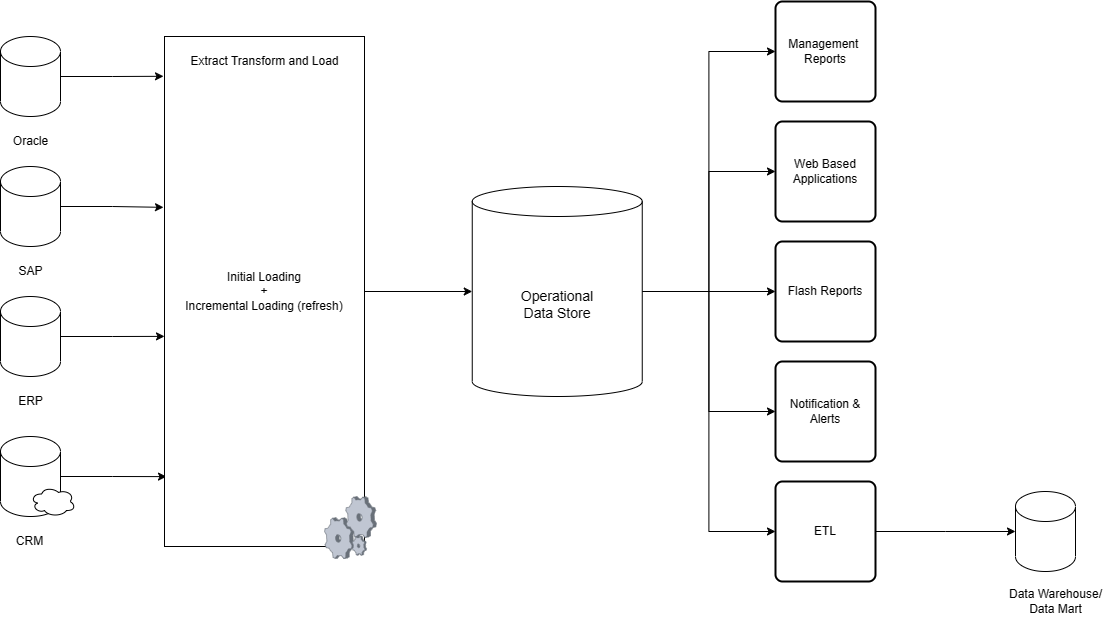
Before: assets/images/ods.png, a diagram exported from draw.io (Madhavrao/madhavrao.github.io). Source tidied: cells renumbered, new cells last; positions are measured from the earlier drawing's top-left corner, leaving out a move shared by most shapes. Source of this version:
```xml
<mxGraphModel>
  <root>
    <mxCell id="0" style="html=1;" />
    <mxCell id="1" style="html=1;" parent="0" />
    <mxCell id="2" style="edgeStyle=orthogonalEdgeStyle;rounded=0;jettySize=auto;html=1;exitX=1;exitY=0.5;exitDx=0;exitDy=0;exitPerimeter=0;entryX=-0.005;entryY=0.078;entryDx=0;entryDy=0;entryPerimeter=0;" parent="1" edge="1" source="3" target="16">
      <mxGeometry relative="1" as="geometry" />
    </mxCell>
    <mxCell id="3" style="shape=cylinder3;whiteSpace=wrap;html=1;boundedLbl=1;backgroundOutline=1;size=15;" parent="1" vertex="1">
      <mxGeometry y="35" width="60" height="80" as="geometry" />
    </mxCell>
    <mxCell id="4" value="Oracle" style="text;html=1;align=center;verticalAlign=middle;strokeColor=none;fillColor=none;" parent="1" vertex="1">
      <mxGeometry y="125" width="60" height="30" as="geometry" />
    </mxCell>
    <mxCell id="5" style="edgeStyle=orthogonalEdgeStyle;rounded=0;jettySize=auto;html=1;exitX=1;exitY=0.5;exitDx=0;exitDy=0;exitPerimeter=0;entryX=-0.005;entryY=0.335;entryDx=0;entryDy=0;entryPerimeter=0;" parent="1" edge="1" source="6" target="16">
      <mxGeometry relative="1" as="geometry" />
    </mxCell>
    <mxCell id="6" style="shape=cylinder3;whiteSpace=wrap;html=1;boundedLbl=1;backgroundOutline=1;size=15;" parent="1" vertex="1">
      <mxGeometry y="165" width="60" height="80" as="geometry" />
    </mxCell>
    <mxCell id="7" value="SAP" style="text;html=1;align=center;verticalAlign=middle;strokeColor=none;fillColor=none;" parent="1" vertex="1">
      <mxGeometry x="5" y="255" width="50" height="30" as="geometry" />
    </mxCell>
    <mxCell id="8" style="edgeStyle=orthogonalEdgeStyle;rounded=0;jettySize=auto;html=1;exitX=1;exitY=0.5;exitDx=0;exitDy=0;exitPerimeter=0;entryX=0;entryY=0.588;entryDx=0;entryDy=0;entryPerimeter=0;" parent="1" edge="1" source="9" target="16">
      <mxGeometry relative="1" as="geometry" />
    </mxCell>
    <mxCell id="9" style="shape=cylinder3;whiteSpace=wrap;html=1;boundedLbl=1;backgroundOutline=1;size=15;" parent="1" vertex="1">
      <mxGeometry y="295" width="60" height="80" as="geometry" />
    </mxCell>
    <mxCell id="10" value="ERP" style="text;html=1;align=center;verticalAlign=middle;strokeColor=none;fillColor=none;" parent="1" vertex="1">
      <mxGeometry x="5" y="385" width="50" height="30" as="geometry" />
    </mxCell>
    <mxCell id="11" style="edgeStyle=orthogonalEdgeStyle;rounded=0;jettySize=auto;html=1;exitX=1;exitY=0.5;exitDx=0;exitDy=0;exitPerimeter=0;entryX=0.01;entryY=0.863;entryDx=0;entryDy=0;entryPerimeter=0;" parent="1" edge="1" source="12" target="16">
      <mxGeometry relative="1" as="geometry" />
    </mxCell>
    <mxCell id="12" style="shape=cylinder3;whiteSpace=wrap;html=1;boundedLbl=1;backgroundOutline=1;size=15;" parent="1" vertex="1">
      <mxGeometry y="435" width="60" height="80" as="geometry" />
    </mxCell>
    <mxCell id="13" value="CRM" style="text;html=1;align=center;verticalAlign=middle;strokeColor=none;fillColor=none;" parent="1" vertex="1">
      <mxGeometry x="4" y="525" width="50" height="30" as="geometry" />
    </mxCell>
    <mxCell id="14" style="ellipse;shape=cloud;whiteSpace=wrap;html=1;" parent="1" vertex="1">
      <mxGeometry x="30" y="485" width="45" height="30" as="geometry" />
    </mxCell>
    <mxCell id="15" style="edgeStyle=orthogonalEdgeStyle;rounded=0;jettySize=auto;html=1;exitX=1;exitY=0.5;exitDx=0;exitDy=0;entryX=0;entryY=0.5;entryDx=0;entryDy=0;entryPerimeter=0;" parent="1" edge="1" source="16" target="24">
      <mxGeometry relative="1" as="geometry" />
    </mxCell>
    <mxCell id="16" value="Initial Loading&lt;br&gt;+&lt;br&gt;Incremental Loading (refresh)" style="rounded=0;whiteSpace=wrap;html=1;" parent="1" vertex="1">
      <mxGeometry x="164" y="35" width="200" height="510" as="geometry" />
    </mxCell>
    <mxCell id="17" style="verticalLabelPosition=bottom;sketch=0;html=1;verticalAlign=top;strokeColor=none;align=center;shape=mxgraph.citrix.process;" parent="1" vertex="1">
      <mxGeometry x="324" y="495" width="52" height="62" as="geometry" />
    </mxCell>
    <mxCell id="18" value="Extract Transform and Load" style="text;html=1;align=center;verticalAlign=middle;strokeColor=none;fillColor=none;" parent="1" vertex="1">
      <mxGeometry x="179" y="45" width="170" height="30" as="geometry" />
    </mxCell>
    <mxCell id="19" style="edgeStyle=orthogonalEdgeStyle;rounded=0;jettySize=auto;html=1;exitX=1;exitY=0.5;exitDx=0;exitDy=0;exitPerimeter=0;entryX=0;entryY=0.5;entryDx=0;entryDy=0;" parent="1" edge="1" source="24" target="25">
      <mxGeometry relative="1" as="geometry" />
    </mxCell>
    <mxCell id="20" style="edgeStyle=orthogonalEdgeStyle;rounded=0;jettySize=auto;html=1;" parent="1" edge="1" source="24" target="26">
      <mxGeometry relative="1" as="geometry" />
    </mxCell>
    <mxCell id="21" style="edgeStyle=orthogonalEdgeStyle;rounded=0;jettySize=auto;html=1;entryX=0;entryY=0.5;entryDx=0;entryDy=0;" parent="1" edge="1" source="24" target="27">
      <mxGeometry relative="1" as="geometry" />
    </mxCell>
    <mxCell id="22" style="edgeStyle=orthogonalEdgeStyle;rounded=0;jettySize=auto;html=1;entryX=0;entryY=0.5;entryDx=0;entryDy=0;" parent="1" edge="1" source="24" target="28">
      <mxGeometry relative="1" as="geometry" />
    </mxCell>
    <mxCell id="23" style="edgeStyle=orthogonalEdgeStyle;rounded=0;jettySize=auto;html=1;entryX=0;entryY=0.5;entryDx=0;entryDy=0;" parent="1" edge="1" source="24" target="30">
      <mxGeometry relative="1" as="geometry" />
    </mxCell>
    <mxCell id="24" value="&lt;font style=&quot;font-size: 14px;&quot;&gt;Operational &lt;br&gt;Data Store&lt;/font&gt;" style="shape=cylinder3;whiteSpace=wrap;html=1;boundedLbl=1;backgroundOutline=1;size=15;" parent="1" vertex="1">
      <mxGeometry x="471.8" y="185" width="170" height="210" as="geometry" />
    </mxCell>
    <mxCell id="25" value="Management&amp;nbsp;&lt;br&gt;Reports" style="rounded=1;whiteSpace=wrap;html=1;absoluteArcSize=1;arcSize=14;strokeWidth=2;" parent="1" vertex="1">
      <mxGeometry x="775" width="100" height="100" as="geometry" />
    </mxCell>
    <mxCell id="26" value="Web Based&lt;br&gt;Applications" style="rounded=1;whiteSpace=wrap;html=1;absoluteArcSize=1;arcSize=14;strokeWidth=2;" parent="1" vertex="1">
      <mxGeometry x="775" y="120" width="100" height="100" as="geometry" />
    </mxCell>
    <mxCell id="27" value="Flash Reports" style="rounded=1;whiteSpace=wrap;html=1;absoluteArcSize=1;arcSize=14;strokeWidth=2;" parent="1" vertex="1">
      <mxGeometry x="775" y="240" width="100" height="100" as="geometry" />
    </mxCell>
    <mxCell id="28" value="Notification &amp;amp; Alerts" style="rounded=1;whiteSpace=wrap;html=1;absoluteArcSize=1;arcSize=14;strokeWidth=2;" parent="1" vertex="1">
      <mxGeometry x="775" y="360" width="100" height="100" as="geometry" />
    </mxCell>
    <mxCell id="29" style="edgeStyle=orthogonalEdgeStyle;rounded=0;jettySize=auto;html=1;" parent="1" edge="1" source="30">
      <mxGeometry relative="1" as="geometry">
        <mxPoint x="1015" y="530" as="targetPoint" />
      </mxGeometry>
    </mxCell>
    <mxCell id="30" value="ETL" style="rounded=1;whiteSpace=wrap;html=1;absoluteArcSize=1;arcSize=14;strokeWidth=2;" parent="1" vertex="1">
      <mxGeometry x="775" y="480" width="100" height="100" as="geometry" />
    </mxCell>
    <mxCell id="31" style="shape=cylinder3;whiteSpace=wrap;html=1;boundedLbl=1;backgroundOutline=1;size=15;" parent="1" vertex="1">
      <mxGeometry x="1015" y="490" width="60" height="80" as="geometry" />
    </mxCell>
    <mxCell id="32" value="Data Warehouse/&lt;br&gt;Data Mart" style="text;html=1;align=center;verticalAlign=middle;strokeColor=none;fillColor=none;" parent="1" vertex="1">
      <mxGeometry x="995" y="580" width="120" height="40" as="geometry" />
    </mxCell>
  </root>
</mxGraphModel>
```
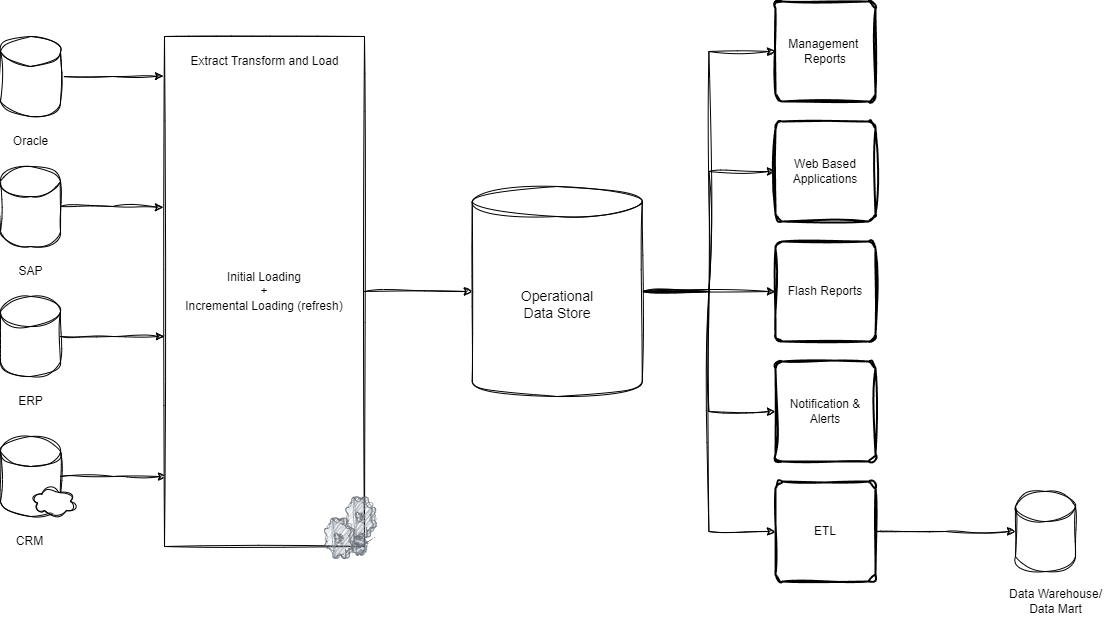
After the change.

The edit, as a diff of the source:
```diff
@@ -2,99 +2,99 @@
   <root>
     <mxCell id="0" style="html=1;" />
     <mxCell id="1" style="html=1;" parent="0" />
-    <mxCell id="2" style="edgeStyle=orthogonalEdgeStyle;rounded=0;jettySize=auto;html=1;exitX=1;exitY=0.5;exitDx=0;exitDy=0;exitPerimeter=0;entryX=-0.005;entryY=0.078;entryDx=0;entryDy=0;entryPerimeter=0;" parent="1" edge="1" source="3" target="16">
+    <mxCell id="2" style="edgeStyle=orthogonalEdgeStyle;rounded=0;jettySize=auto;html=1;exitX=1;exitY=0.5;exitDx=0;exitDy=0;exitPerimeter=0;entryX=-0.005;entryY=0.078;entryDx=0;entryDy=0;entryPerimeter=0;sketch=1;curveFitting=1;jiggle=2;" parent="1" edge="1" source="3" target="16">
       <mxGeometry relative="1" as="geometry" />
     </mxCell>
-    <mxCell id="3" style="shape=cylinder3;whiteSpace=wrap;html=1;boundedLbl=1;backgroundOutline=1;size=15;" parent="1" vertex="1">
+    <mxCell id="3" style="shape=cylinder3;whiteSpace=wrap;html=1;boundedLbl=1;backgroundOutline=1;size=15;sketch=1;curveFitting=1;jiggle=2;" parent="1" vertex="1">
       <mxGeometry y="35" width="60" height="80" as="geometry" />
     </mxCell>
-    <mxCell id="4" value="Oracle" style="text;html=1;align=center;verticalAlign=middle;strokeColor=none;fillColor=none;" parent="1" vertex="1">
+    <mxCell id="4" value="Oracle" style="text;html=1;align=center;verticalAlign=middle;strokeColor=none;fillColor=none;sketch=1;curveFitting=1;jiggle=2;" parent="1" vertex="1">
       <mxGeometry y="125" width="60" height="30" as="geometry" />
     </mxCell>
-    <mxCell id="5" style="edgeStyle=orthogonalEdgeStyle;rounded=0;jettySize=auto;html=1;exitX=1;exitY=0.5;exitDx=0;exitDy=0;exitPerimeter=0;entryX=-0.005;entryY=0.335;entryDx=0;entryDy=0;entryPerimeter=0;" parent="1" edge="1" source="6" target="16">
+    <mxCell id="5" style="edgeStyle=orthogonalEdgeStyle;rounded=0;jettySize=auto;html=1;exitX=1;exitY=0.5;exitDx=0;exitDy=0;exitPerimeter=0;entryX=-0.005;entryY=0.335;entryDx=0;entryDy=0;entryPerimeter=0;sketch=1;curveFitting=1;jiggle=2;" parent="1" edge="1" source="6" target="16">
       <mxGeometry relative="1" as="geometry" />
     </mxCell>
-    <mxCell id="6" style="shape=cylinder3;whiteSpace=wrap;html=1;boundedLbl=1;backgroundOutline=1;size=15;" parent="1" vertex="1">
+    <mxCell id="6" style="shape=cylinder3;whiteSpace=wrap;html=1;boundedLbl=1;backgroundOutline=1;size=15;sketch=1;curveFitting=1;jiggle=2;" parent="1" vertex="1">
       <mxGeometry y="165" width="60" height="80" as="geometry" />
     </mxCell>
-    <mxCell id="7" value="SAP" style="text;html=1;align=center;verticalAlign=middle;strokeColor=none;fillColor=none;" parent="1" vertex="1">
+    <mxCell id="7" value="SAP" style="text;html=1;align=center;verticalAlign=middle;strokeColor=none;fillColor=none;sketch=1;curveFitting=1;jiggle=2;" parent="1" vertex="1">
       <mxGeometry x="5" y="255" width="50" height="30" as="geometry" />
     </mxCell>
-    <mxCell id="8" style="edgeStyle=orthogonalEdgeStyle;rounded=0;jettySize=auto;html=1;exitX=1;exitY=0.5;exitDx=0;exitDy=0;exitPerimeter=0;entryX=0;entryY=0.588;entryDx=0;entryDy=0;entryPerimeter=0;" parent="1" edge="1" source="9" target="16">
+    <mxCell id="8" style="edgeStyle=orthogonalEdgeStyle;rounded=0;jettySize=auto;html=1;exitX=1;exitY=0.5;exitDx=0;exitDy=0;exitPerimeter=0;entryX=0;entryY=0.588;entryDx=0;entryDy=0;entryPerimeter=0;sketch=1;curveFitting=1;jiggle=2;" parent="1" edge="1" source="9" target="16">
       <mxGeometry relative="1" as="geometry" />
     </mxCell>
-    <mxCell id="9" style="shape=cylinder3;whiteSpace=wrap;html=1;boundedLbl=1;backgroundOutline=1;size=15;" parent="1" vertex="1">
+    <mxCell id="9" style="shape=cylinder3;whiteSpace=wrap;html=1;boundedLbl=1;backgroundOutline=1;size=15;sketch=1;curveFitting=1;jiggle=2;" parent="1" vertex="1">
       <mxGeometry y="295" width="60" height="80" as="geometry" />
     </mxCell>
-    <mxCell id="10" value="ERP" style="text;html=1;align=center;verticalAlign=middle;strokeColor=none;fillColor=none;" parent="1" vertex="1">
+    <mxCell id="10" value="ERP" style="text;html=1;align=center;verticalAlign=middle;strokeColor=none;fillColor=none;sketch=1;curveFitting=1;jiggle=2;" parent="1" vertex="1">
       <mxGeometry x="5" y="385" width="50" height="30" as="geometry" />
     </mxCell>
-    <mxCell id="11" style="edgeStyle=orthogonalEdgeStyle;rounded=0;jettySize=auto;html=1;exitX=1;exitY=0.5;exitDx=0;exitDy=0;exitPerimeter=0;entryX=0.01;entryY=0.863;entryDx=0;entryDy=0;entryPerimeter=0;" parent="1" edge="1" source="12" target="16">
+    <mxCell id="11" style="edgeStyle=orthogonalEdgeStyle;rounded=0;jettySize=auto;html=1;exitX=1;exitY=0.5;exitDx=0;exitDy=0;exitPerimeter=0;entryX=0.01;entryY=0.863;entryDx=0;entryDy=0;entryPerimeter=0;sketch=1;curveFitting=1;jiggle=2;" parent="1" edge="1" source="12" target="16">
       <mxGeometry relative="1" as="geometry" />
     </mxCell>
-    <mxCell id="12" style="shape=cylinder3;whiteSpace=wrap;html=1;boundedLbl=1;backgroundOutline=1;size=15;" parent="1" vertex="1">
+    <mxCell id="12" style="shape=cylinder3;whiteSpace=wrap;html=1;boundedLbl=1;backgroundOutline=1;size=15;sketch=1;curveFitting=1;jiggle=2;" parent="1" vertex="1">
       <mxGeometry y="435" width="60" height="80" as="geometry" />
     </mxCell>
-    <mxCell id="13" value="CRM" style="text;html=1;align=center;verticalAlign=middle;strokeColor=none;fillColor=none;" parent="1" vertex="1">
+    <mxCell id="13" value="CRM" style="text;html=1;align=center;verticalAlign=middle;strokeColor=none;fillColor=none;sketch=1;curveFitting=1;jiggle=2;" parent="1" vertex="1">
       <mxGeometry x="4" y="525" width="50" height="30" as="geometry" />
     </mxCell>
-    <mxCell id="14" style="ellipse;shape=cloud;whiteSpace=wrap;html=1;" parent="1" vertex="1">
+    <mxCell id="14" style="ellipse;shape=cloud;whiteSpace=wrap;html=1;sketch=1;curveFitting=1;jiggle=2;" parent="1" vertex="1">
       <mxGeometry x="30" y="485" width="45" height="30" as="geometry" />
     </mxCell>
-    <mxCell id="15" style="edgeStyle=orthogonalEdgeStyle;rounded=0;jettySize=auto;html=1;exitX=1;exitY=0.5;exitDx=0;exitDy=0;entryX=0;entryY=0.5;entryDx=0;entryDy=0;entryPerimeter=0;" parent="1" edge="1" source="16" target="24">
+    <mxCell id="15" style="edgeStyle=orthogonalEdgeStyle;rounded=0;jettySize=auto;html=1;exitX=1;exitY=0.5;exitDx=0;exitDy=0;entryX=0;entryY=0.5;entryDx=0;entryDy=0;entryPerimeter=0;sketch=1;curveFitting=1;jiggle=2;" parent="1" edge="1" source="16" target="24">
       <mxGeometry relative="1" as="geometry" />
     </mxCell>
-    <mxCell id="16" value="Initial Loading&lt;br&gt;+&lt;br&gt;Incremental Loading (refresh)" style="rounded=0;whiteSpace=wrap;html=1;" parent="1" vertex="1">
+    <mxCell id="16" value="Initial Loading&lt;br&gt;+&lt;br&gt;Incremental Loading (refresh)" style="rounded=0;whiteSpace=wrap;html=1;sketch=1;curveFitting=1;jiggle=2;" parent="1" vertex="1">
       <mxGeometry x="164" y="35" width="200" height="510" as="geometry" />
     </mxCell>
-    <mxCell id="17" style="verticalLabelPosition=bottom;sketch=0;html=1;verticalAlign=top;strokeColor=none;align=center;shape=mxgraph.citrix.process;" parent="1" vertex="1">
+    <mxCell id="17" style="verticalLabelPosition=bottom;sketch=1;html=1;verticalAlign=top;strokeColor=none;align=center;shape=mxgraph.citrix.process;curveFitting=1;jiggle=2;" parent="1" vertex="1">
       <mxGeometry x="324" y="495" width="52" height="62" as="geometry" />
     </mxCell>
-    <mxCell id="18" value="Extract Transform and Load" style="text;html=1;align=center;verticalAlign=middle;strokeColor=none;fillColor=none;" parent="1" vertex="1">
+    <mxCell id="18" value="Extract Transform and Load" style="text;html=1;align=center;verticalAlign=middle;strokeColor=none;fillColor=none;sketch=1;curveFitting=1;jiggle=2;" parent="1" vertex="1">
       <mxGeometry x="179" y="45" width="170" height="30" as="geometry" />
     </mxCell>
-    <mxCell id="19" style="edgeStyle=orthogonalEdgeStyle;rounded=0;jettySize=auto;html=1;exitX=1;exitY=0.5;exitDx=0;exitDy=0;exitPerimeter=0;entryX=0;entryY=0.5;entryDx=0;entryDy=0;" parent="1" edge="1" source="24" target="25">
+    <mxCell id="19" style="edgeStyle=orthogonalEdgeStyle;rounded=0;jettySize=auto;html=1;exitX=1;exitY=0.5;exitDx=0;exitDy=0;exitPerimeter=0;entryX=0;entryY=0.5;entryDx=0;entryDy=0;sketch=1;curveFitting=1;jiggle=2;" parent="1" edge="1" source="24" target="25">
       <mxGeometry relative="1" as="geometry" />
     </mxCell>
-    <mxCell id="20" style="edgeStyle=orthogonalEdgeStyle;rounded=0;jettySize=auto;html=1;" parent="1" edge="1" source="24" target="26">
+    <mxCell id="20" style="edgeStyle=orthogonalEdgeStyle;rounded=0;jettySize=auto;html=1;sketch=1;curveFitting=1;jiggle=2;" parent="1" edge="1" source="24" target="26">
       <mxGeometry relative="1" as="geometry" />
     </mxCell>
-    <mxCell id="21" style="edgeStyle=orthogonalEdgeStyle;rounded=0;jettySize=auto;html=1;entryX=0;entryY=0.5;entryDx=0;entryDy=0;" parent="1" edge="1" source="24" target="27">
+    <mxCell id="21" style="edgeStyle=orthogonalEdgeStyle;rounded=0;jettySize=auto;html=1;entryX=0;entryY=0.5;entryDx=0;entryDy=0;sketch=1;curveFitting=1;jiggle=2;" parent="1" edge="1" source="24" target="27">
       <mxGeometry relative="1" as="geometry" />
     </mxCell>
-    <mxCell id="22" style="edgeStyle=orthogonalEdgeStyle;rounded=0;jettySize=auto;html=1;entryX=0;entryY=0.5;entryDx=0;entryDy=0;" parent="1" edge="1" source="24" target="28">
+    <mxCell id="22" style="edgeStyle=orthogonalEdgeStyle;rounded=0;jettySize=auto;html=1;entryX=0;entryY=0.5;entryDx=0;entryDy=0;sketch=1;curveFitting=1;jiggle=2;" parent="1" edge="1" source="24" target="28">
       <mxGeometry relative="1" as="geometry" />
     </mxCell>
-    <mxCell id="23" style="edgeStyle=orthogonalEdgeStyle;rounded=0;jettySize=auto;html=1;entryX=0;entryY=0.5;entryDx=0;entryDy=0;" parent="1" edge="1" source="24" target="30">
+    <mxCell id="23" style="edgeStyle=orthogonalEdgeStyle;rounded=0;jettySize=auto;html=1;entryX=0;entryY=0.5;entryDx=0;entryDy=0;sketch=1;curveFitting=1;jiggle=2;" parent="1" edge="1" source="24" target="30">
       <mxGeometry relative="1" as="geometry" />
     </mxCell>
-    <mxCell id="24" value="&lt;font style=&quot;font-size: 14px;&quot;&gt;Operational &lt;br&gt;Data Store&lt;/font&gt;" style="shape=cylinder3;whiteSpace=wrap;html=1;boundedLbl=1;backgroundOutline=1;size=15;" parent="1" vertex="1">
+    <mxCell id="24" value="&lt;font style=&quot;font-size: 14px;&quot;&gt;Operational &lt;br&gt;Data Store&lt;/font&gt;" style="shape=cylinder3;whiteSpace=wrap;html=1;boundedLbl=1;backgroundOutline=1;size=15;sketch=1;curveFitting=1;jiggle=2;" parent="1" vertex="1">
       <mxGeometry x="471.8" y="185" width="170" height="210" as="geometry" />
     </mxCell>
-    <mxCell id="25" value="Management&amp;nbsp;&lt;br&gt;Reports" style="rounded=1;whiteSpace=wrap;html=1;absoluteArcSize=1;arcSize=14;strokeWidth=2;" parent="1" vertex="1">
+    <mxCell id="25" value="Management&amp;nbsp;&lt;br&gt;Reports" style="rounded=1;whiteSpace=wrap;html=1;absoluteArcSize=1;arcSize=14;strokeWidth=2;sketch=1;curveFitting=1;jiggle=2;" parent="1" vertex="1">
       <mxGeometry x="775" width="100" height="100" as="geometry" />
     </mxCell>
-    <mxCell id="26" value="Web Based&lt;br&gt;Applications" style="rounded=1;whiteSpace=wrap;html=1;absoluteArcSize=1;arcSize=14;strokeWidth=2;" parent="1" vertex="1">
+    <mxCell id="26" value="Web Based&lt;br&gt;Applications" style="rounded=1;whiteSpace=wrap;html=1;absoluteArcSize=1;arcSize=14;strokeWidth=2;sketch=1;curveFitting=1;jiggle=2;" parent="1" vertex="1">
       <mxGeometry x="775" y="120" width="100" height="100" as="geometry" />
     </mxCell>
-    <mxCell id="27" value="Flash Reports" style="rounded=1;whiteSpace=wrap;html=1;absoluteArcSize=1;arcSize=14;strokeWidth=2;" parent="1" vertex="1">
+    <mxCell id="27" value="Flash Reports" style="rounded=1;whiteSpace=wrap;html=1;absoluteArcSize=1;arcSize=14;strokeWidth=2;sketch=1;curveFitting=1;jiggle=2;" parent="1" vertex="1">
       <mxGeometry x="775" y="240" width="100" height="100" as="geometry" />
     </mxCell>
-    <mxCell id="28" value="Notification &amp;amp; Alerts" style="rounded=1;whiteSpace=wrap;html=1;absoluteArcSize=1;arcSize=14;strokeWidth=2;" parent="1" vertex="1">
+    <mxCell id="28" value="Notification &amp;amp; Alerts" style="rounded=1;whiteSpace=wrap;html=1;absoluteArcSize=1;arcSize=14;strokeWidth=2;sketch=1;curveFitting=1;jiggle=2;" parent="1" vertex="1">
       <mxGeometry x="775" y="360" width="100" height="100" as="geometry" />
     </mxCell>
-    <mxCell id="29" style="edgeStyle=orthogonalEdgeStyle;rounded=0;jettySize=auto;html=1;" parent="1" edge="1" source="30">
+    <mxCell id="29" style="edgeStyle=orthogonalEdgeStyle;rounded=0;jettySize=auto;html=1;sketch=1;curveFitting=1;jiggle=2;" parent="1" edge="1" source="30">
       <mxGeometry relative="1" as="geometry">
         <mxPoint x="1015" y="530" as="targetPoint" />
       </mxGeometry>
     </mxCell>
-    <mxCell id="30" value="ETL" style="rounded=1;whiteSpace=wrap;html=1;absoluteArcSize=1;arcSize=14;strokeWidth=2;" parent="1" vertex="1">
+    <mxCell id="30" value="ETL" style="rounded=1;whiteSpace=wrap;html=1;absoluteArcSize=1;arcSize=14;strokeWidth=2;sketch=1;curveFitting=1;jiggle=2;" parent="1" vertex="1">
       <mxGeometry x="775" y="480" width="100" height="100" as="geometry" />
     </mxCell>
-    <mxCell id="31" style="shape=cylinder3;whiteSpace=wrap;html=1;boundedLbl=1;backgroundOutline=1;size=15;" parent="1" vertex="1">
+    <mxCell id="31" style="shape=cylinder3;whiteSpace=wrap;html=1;boundedLbl=1;backgroundOutline=1;size=15;sketch=1;curveFitting=1;jiggle=2;" parent="1" vertex="1">
       <mxGeometry x="1015" y="490" width="60" height="80" as="geometry" />
     </mxCell>
-    <mxCell id="32" value="Data Warehouse/&lt;br&gt;Data Mart" style="text;html=1;align=center;verticalAlign=middle;strokeColor=none;fillColor=none;" parent="1" vertex="1">
+    <mxCell id="32" value="Data Warehouse/&lt;br&gt;Data Mart" style="text;html=1;align=center;verticalAlign=middle;strokeColor=none;fillColor=none;sketch=1;curveFitting=1;jiggle=2;" parent="1" vertex="1">
       <mxGeometry x="995" y="580" width="120" height="40" as="geometry" />
     </mxCell>
   </root>
```
